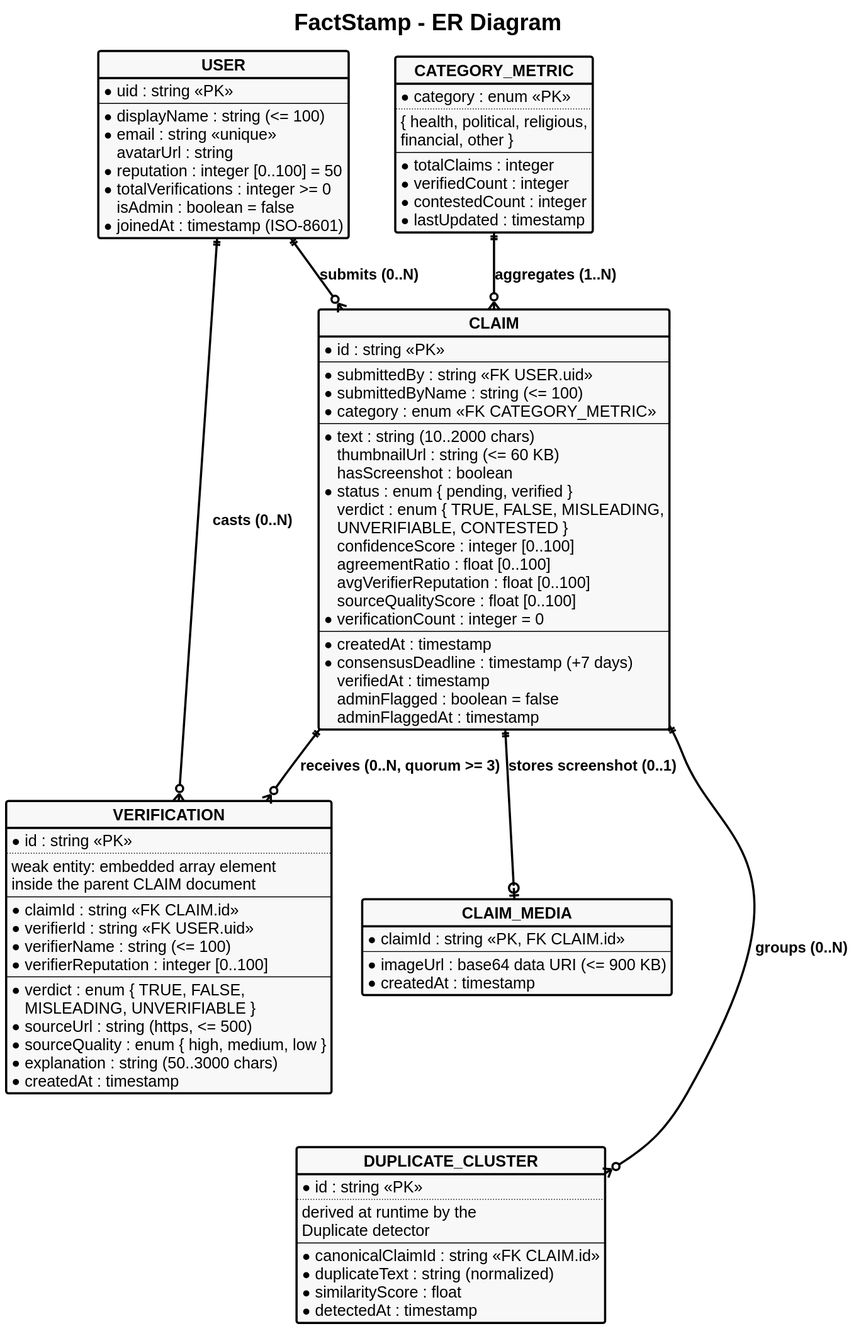
Before: FactStamp/main_blackbook/03_Requirements_and_Analysis/attachments/er_diagram.svg, a diagram exported from PlantUML (aadish0day/typst). The source it was exported from:
```plantuml
@startuml
skinparam style strictuml
skinparam monochrome true
skinparam defaultFontName "Liberation Sans"
skinparam defaultFontSize 20
skinparam defaultFontStyle bold
skinparam titleFontSize 26
skinparam titleFontStyle bold

skinparam backgroundColor white
skinparam ArrowColor black
skinparam ArrowThickness 2.5
skinparam ArrowFontSize 17
skinparam ArrowFontStyle bold

skinparam EntityBorderColor black
skinparam EntityBorderThickness 2.5
skinparam EntityBackgroundColor #F8F9FA
skinparam EntityFontSize 22
skinparam EntityFontStyle bold

skinparam ClassBorderColor black
skinparam ClassBorderThickness 2.5
skinparam ClassBackgroundColor #F8F9FA
skinparam ClassFontSize 22
skinparam ClassFontStyle bold
skinparam ClassAttributeFontSize 18

title FactStamp - ER Diagram

entity "USER" as User {
  * uid : string <<PK>>
  --
  * displayName : string (<= 100)
  * email : string <<unique>>
  avatarUrl : string
  * reputation : integer [0..100] = 50
  * totalVerifications : integer >= 0
  isAdmin : boolean = false
  * joinedAt : timestamp (ISO-8601)
}

entity "CATEGORY_METRIC" as CategoryMetric {
  * category : enum <<PK>>
  ..
  { health, political, religious,
  financial, other }
  --
  * totalClaims : integer
  * verifiedCount : integer
  * contestedCount : integer
  * lastUpdated : timestamp
}

entity "CLAIM" as Claim {
  * id : string <<PK>>
  --
  * submittedBy : string <<FK USER.uid>>
  * submittedByName : string (<= 100)
  * category : enum <<FK CATEGORY_METRIC>>
  --
  * text : string (10..2000 chars)
  thumbnailUrl : string (<= 60 KB)
  hasScreenshot : boolean
  * status : enum { pending, verified }
  verdict : enum { TRUE, FALSE, MISLEADING,
  UNVERIFIABLE, CONTESTED }
  confidenceScore : integer [0..100]
  agreementRatio : float [0..100]
  avgVerifierReputation : float [0..100]
  sourceQualityScore : float [0..100]
  * verificationCount : integer = 0
  --
  * createdAt : timestamp
  * consensusDeadline : timestamp (+7 days)
  verifiedAt : timestamp
  adminFlagged : boolean = false
  adminFlaggedAt : timestamp
}

entity "VERIFICATION" as Verification {
  * id : string <<PK>>
  ..
  weak entity: embedded array element
  inside the parent CLAIM document
  --
  * claimId : string <<FK CLAIM.id>>
  * verifierId : string <<FK USER.uid>>
  * verifierName : string (<= 100)
  * verifierReputation : integer [0..100]
  --
  * verdict : enum { TRUE, FALSE,
  MISLEADING, UNVERIFIABLE }
  * sourceUrl : string (https, <= 500)
  * sourceQuality : enum { high, medium, low }
  * explanation : string (50..3000 chars)
  * createdAt : timestamp
}

entity "CLAIM_MEDIA" as ClaimMedia {
  * claimId : string <<PK, FK CLAIM.id>>
  --
  * imageUrl : base64 data URI (<= 900 KB)
  * createdAt : timestamp
}

entity "DUPLICATE_CLUSTER" as DuplicateCluster {
  * id : string <<PK>>
  ..
  derived at runtime by the
  Duplicate detector
  --
  * canonicalClaimId : string <<FK CLAIM.id>>
  * duplicateText : string (normalized)
  * similarityScore : float
  * detectedAt : timestamp
}

CategoryMetric ||--o{ Claim : "aggregates (1..N)"
User ||--o{ Claim : "submits (0..N)"
Claim ||--o{ Verification : "receives (0..N, quorum >= 3)"
User ||--o{ Verification : "casts (0..N)"
Claim ||--o{ DuplicateCluster : "groups (0..N)"
Claim ||--o| ClaimMedia : "stores screenshot (0..1)"

Verification -[hidden]down-> DuplicateCluster
@enduml
```
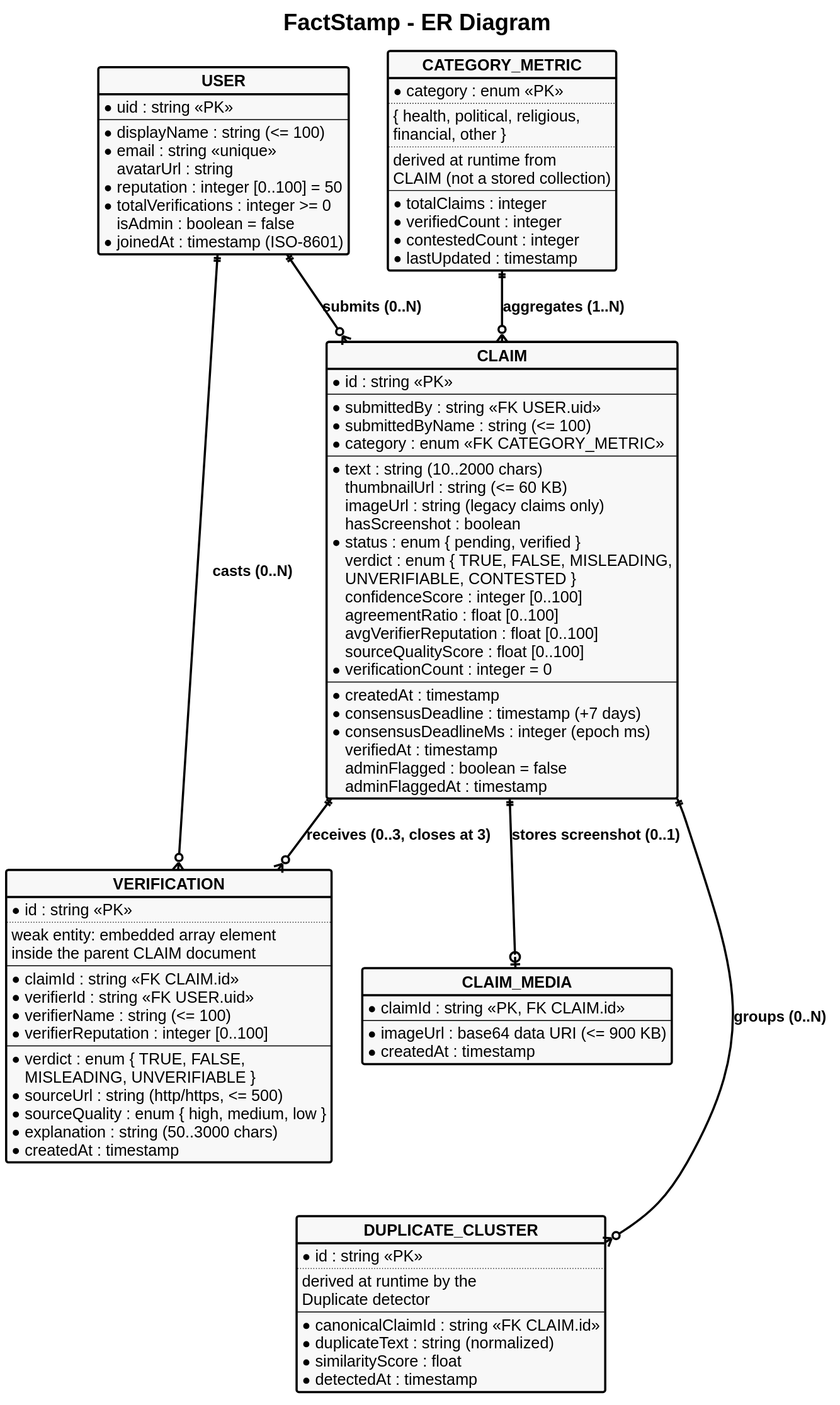
After the change.

The edit, as a diff of the source:
```diff
@@ -45,6 +45,9 @@
   ..
   { health, political, religious,
   financial, other }
+  ..
+  derived at runtime from
+  CLAIM (not a stored collection)
   --
   * totalClaims : integer
   * verifiedCount : integer
@@ -61,6 +64,7 @@
   --
   * text : string (10..2000 chars)
   thumbnailUrl : string (<= 60 KB)
+  imageUrl : string (legacy claims only)
   hasScreenshot : boolean
   * status : enum { pending, verified }
   verdict : enum { TRUE, FALSE, MISLEADING,
@@ -73,6 +77,7 @@
   --
   * createdAt : timestamp
   * consensusDeadline : timestamp (+7 days)
+  * consensusDeadlineMs : integer (epoch ms)
   verifiedAt : timestamp
   adminFlagged : boolean = false
   adminFlaggedAt : timestamp
@@ -91,7 +96,7 @@
   --
   * verdict : enum { TRUE, FALSE,
   MISLEADING, UNVERIFIABLE }
-  * sourceUrl : string (https, <= 500)
+  * sourceUrl : string (http/https, <= 500)
   * sourceQuality : enum { high, medium, low }
   * explanation : string (50..3000 chars)
   * createdAt : timestamp
@@ -118,7 +123,7 @@
 
 CategoryMetric ||--o{ Claim : "aggregates (1..N)"
 User ||--o{ Claim : "submits (0..N)"
-Claim ||--o{ Verification : "receives (0..N, quorum >= 3)"
+Claim ||--o{ Verification : "receives (0..3, closes at 3)"
 User ||--o{ Verification : "casts (0..N)"
 Claim ||--o{ DuplicateCluster : "groups (0..N)"
 Claim ||--o| ClaimMedia : "stores screenshot (0..1)"
```
